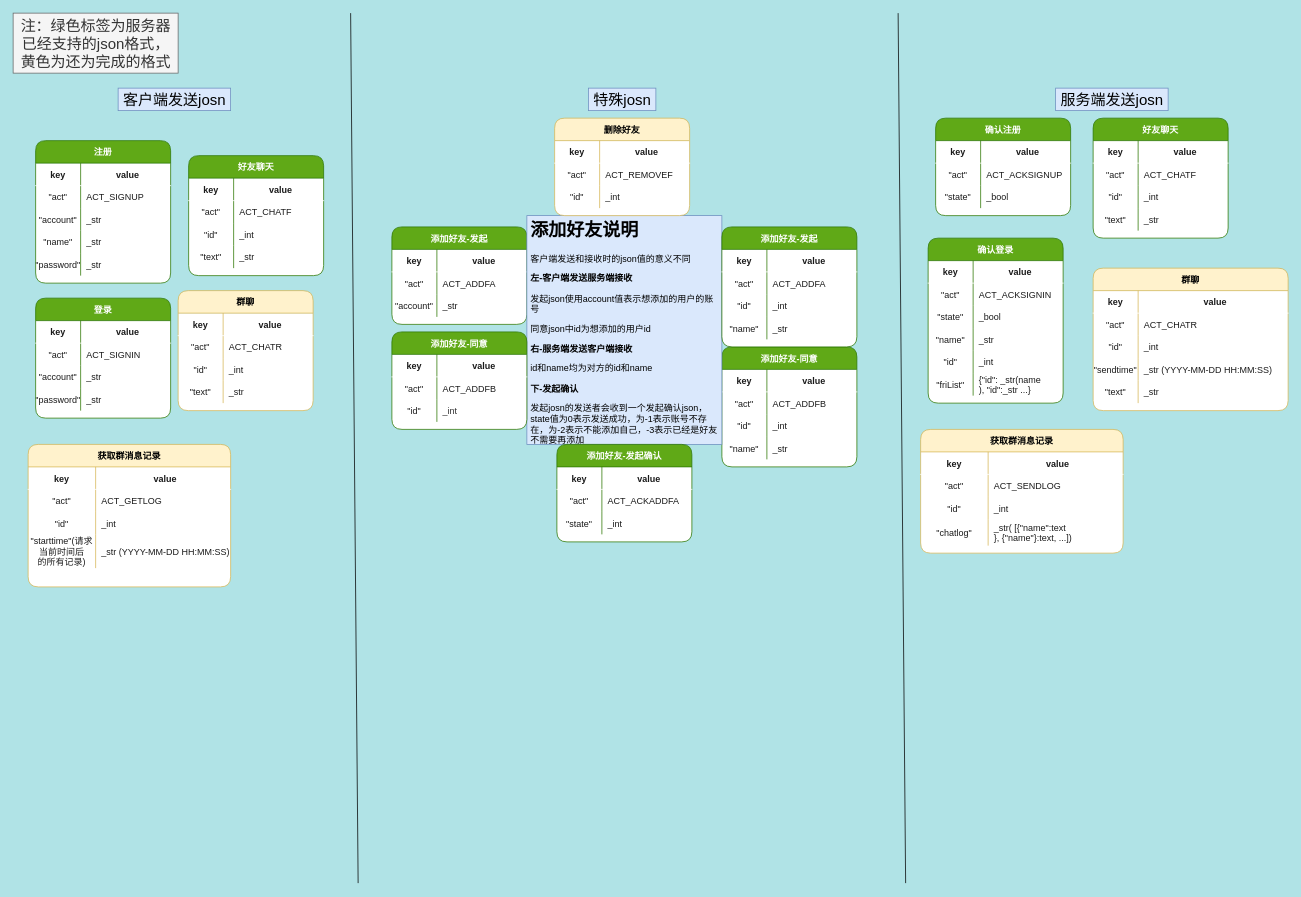
This is json类型约定.drawio from leo-zhang-git/Gchatpro-file, a draw.io file, before an edit. Source tidied: cells renumbered, new cells numbered last; positions are measured from the earlier drawing's top-left corner, leaving out a move shared by most shapes. Both pictures are drawn from the tidied source at 75%, with x=0, y=0 at pixel (13, 13).
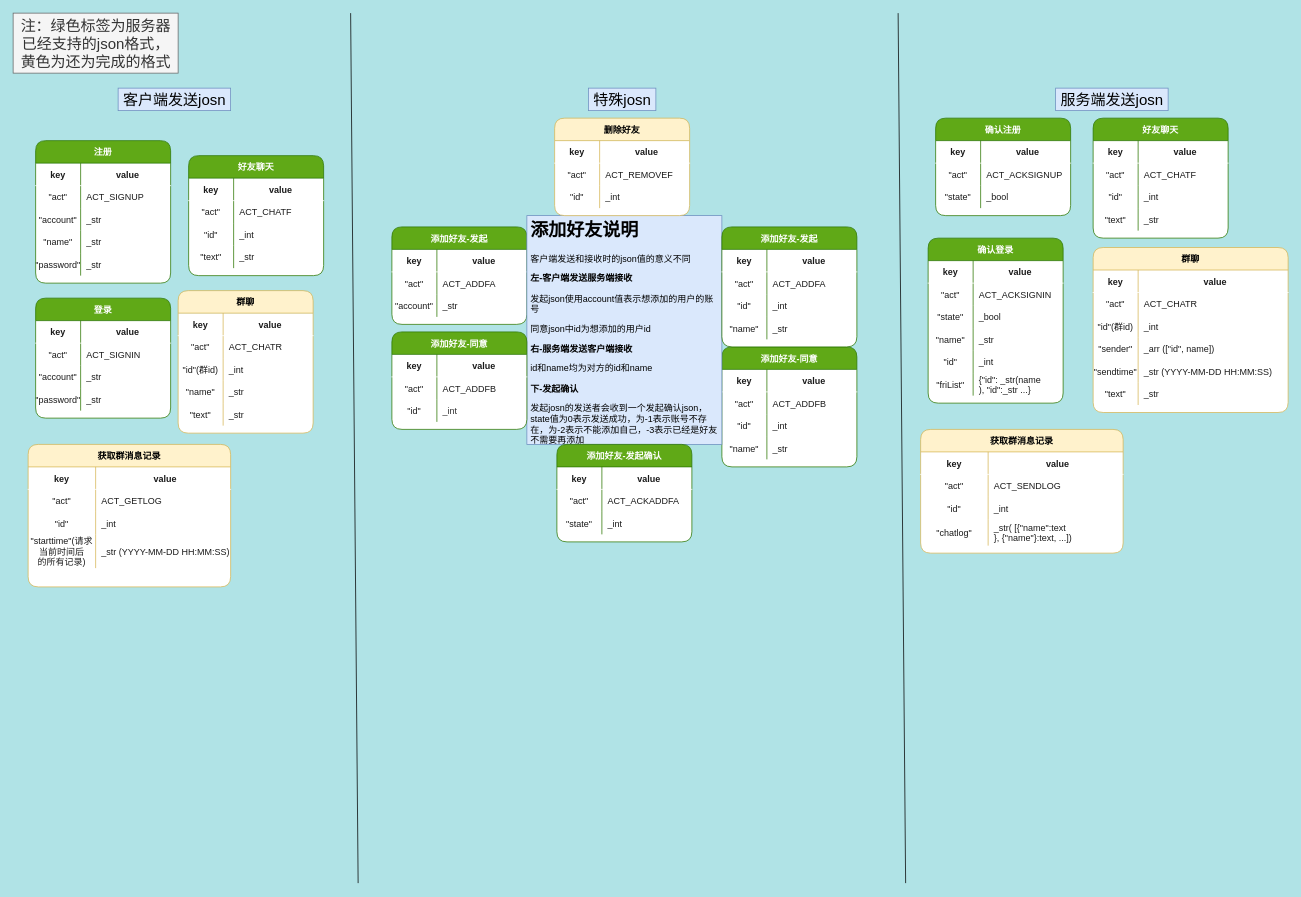
The same page after the edit.

Commit message (it also covers changes not shown here):
添加群聊json格式， 数据库表结构优化

Unchanged cells that the change refers to:
```xml
<mxCell id="161" style="shape=tableRow;horizontal=0;startSize=0;swimlaneHead=0;swimlaneBody=0;fillColor=none;top=0;left=0;right=0;bottom=0;rounded=1;shadow=0;fontColor=#1A1A1A;strokeColor=#FFFFFF;" parent="154" vertex="1">
  <mxGeometry y="90" width="180" height="30" as="geometry" />
</mxCell>
<mxCell id="174" style="shape=tableRow;horizontal=0;startSize=0;swimlaneHead=0;swimlaneBody=0;fillColor=none;top=0;left=0;right=0;bottom=0;rounded=1;shadow=0;fontColor=#1A1A1A;strokeColor=#FFFFFF;" parent="167" vertex="1">
  <mxGeometry y="90" width="260" height="30" as="geometry" />
</mxCell>
```

Change to the diagram source:
```diff
@@
     <mxCell id="154" value="群聊" style="shape=table;startSize=30;childLayout=tableLayout;rowLines=0;fontStyle=1;align=center;rounded=1;shadow=0;fillColor=#fff2cc;strokeColor=#d6b656;flipH=1;flipV=0;swimlaneFillColor=default;" parent="1" vertex="1">
-      <mxGeometry x="220" y="370" width="180" height="160" as="geometry" />
+      <mxGeometry x="220" y="370" width="180" height="190" as="geometry" />
     </mxCell>
@@
-    <mxCell id="162" value="&quot;id&quot;" style="shape=partialRectangle;fillColor=none;top=0;left=0;bottom=0;right=0;overflow=hidden;rounded=1;shadow=0;fontColor=#1A1A1A;strokeColor=#FFFFFF;" parent="161" vertex="1">
+    <mxCell id="162" value="&quot;id&quot;(群id)" style="shape=partialRectangle;fillColor=none;top=0;left=0;bottom=0;right=0;overflow=hidden;rounded=1;shadow=0;fontColor=#1A1A1A;strokeColor=#FFFFFF;" parent="161" vertex="1">
       <mxGeometry width="60" height="30" as="geometry" />
     </mxCell>
@@
+    <mxCell id="214" style="shape=tableRow;horizontal=0;startSize=0;swimlaneHead=0;swimlaneBody=0;fillColor=none;top=0;left=0;right=0;bottom=0;rounded=1;shadow=0;fontColor=#1A1A1A;strokeColor=#FFFFFF;" parent="154" vertex="1">
+      <mxGeometry y="120" width="180" height="30" as="geometry" />
+    </mxCell>
+    <mxCell id="215" value="&quot;name&quot;" style="shape=partialRectangle;fillColor=none;top=0;left=0;bottom=0;right=0;overflow=hidden;rounded=1;shadow=0;fontColor=#1A1A1A;strokeColor=#FFFFFF;" parent="214" vertex="1">
+      <mxGeometry width="60" height="30" as="geometry" />
+    </mxCell>
+    <mxCell id="216" value="_str" style="shape=partialRectangle;fillColor=none;top=0;left=0;bottom=0;right=0;align=left;spacingLeft=6;overflow=hidden;rounded=1;shadow=0;fontColor=#1A1A1A;strokeColor=#FFFFFF;" parent="214" vertex="1">
+      <mxGeometry x="60" width="120" height="30" as="geometry" />
+    </mxCell>
     <mxCell id="164" style="shape=tableRow;horizontal=0;startSize=0;swimlaneHead=0;swimlaneBody=0;fillColor=none;top=0;left=0;right=0;bottom=0;rounded=1;shadow=0;fontColor=#1A1A1A;strokeColor=#FFFFFF;" parent="154" vertex="1">
-      <mxGeometry y="120" width="180" height="30" as="geometry" />
+      <mxGeometry y="150" width="180" height="30" as="geometry" />
     </mxCell>
@@
     <mxCell id="167" value="群聊" style="shape=table;startSize=30;childLayout=tableLayout;rowLines=0;fontStyle=1;align=center;rounded=1;shadow=0;fillColor=#fff2cc;strokeColor=#d6b656;flipH=1;flipV=0;swimlaneFillColor=default;" parent="1" vertex="1">
-      <mxGeometry x="1440" y="340" width="260" height="190" as="geometry" />
+      <mxGeometry x="1440" y="312.5" width="260" height="220" as="geometry" />
     </mxCell>
@@
-    <mxCell id="175" value="&quot;id&quot;" style="shape=partialRectangle;fillColor=none;top=0;left=0;bottom=0;right=0;overflow=hidden;rounded=1;shadow=0;fontColor=#1A1A1A;strokeColor=#FFFFFF;" parent="174" vertex="1">
+    <mxCell id="175" value="&quot;id&quot;(群id)" style="shape=partialRectangle;fillColor=none;top=0;left=0;bottom=0;right=0;overflow=hidden;rounded=1;shadow=0;fontColor=#1A1A1A;strokeColor=#FFFFFF;" parent="174" vertex="1">
       <mxGeometry width="60" height="30" as="geometry" />
     </mxCell>
@@
+    <mxCell id="217" style="shape=tableRow;horizontal=0;startSize=0;swimlaneHead=0;swimlaneBody=0;fillColor=none;top=0;left=0;right=0;bottom=0;rounded=1;shadow=0;fontColor=#1A1A1A;strokeColor=#FFFFFF;" parent="167" vertex="1">
+      <mxGeometry y="120" width="260" height="30" as="geometry" />
+    </mxCell>
+    <mxCell id="218" value="&quot;sender&quot;" style="shape=partialRectangle;fillColor=none;top=0;left=0;bottom=0;right=0;overflow=hidden;rounded=1;shadow=0;fontColor=#1A1A1A;strokeColor=#FFFFFF;" parent="217" vertex="1">
+      <mxGeometry width="60" height="30" as="geometry" />
+    </mxCell>
+    <mxCell id="219" value="_arr ([&quot;id&quot;, name])" style="shape=partialRectangle;fillColor=none;top=0;left=0;bottom=0;right=0;align=left;spacingLeft=6;overflow=hidden;rounded=1;shadow=0;fontColor=#1A1A1A;strokeColor=#FFFFFF;" parent="217" vertex="1">
+      <mxGeometry x="60" width="200" height="30" as="geometry" />
+    </mxCell>
     <mxCell id="177" style="shape=tableRow;horizontal=0;startSize=0;swimlaneHead=0;swimlaneBody=0;fillColor=none;top=0;left=0;right=0;bottom=0;rounded=1;shadow=0;fontColor=#1A1A1A;strokeColor=#FFFFFF;" parent="167" vertex="1">
-      <mxGeometry y="120" width="260" height="30" as="geometry" />
+      <mxGeometry y="150" width="260" height="30" as="geometry" />
     </mxCell>
@@
     <mxCell id="180" style="shape=tableRow;horizontal=0;startSize=0;swimlaneHead=0;swimlaneBody=0;fillColor=none;top=0;left=0;right=0;bottom=0;rounded=1;shadow=0;fontColor=#1A1A1A;strokeColor=#FFFFFF;" parent="167" vertex="1">
-      <mxGeometry y="150" width="260" height="30" as="geometry" />
+      <mxGeometry y="180" width="260" height="30" as="geometry" />
     </mxCell>
```
